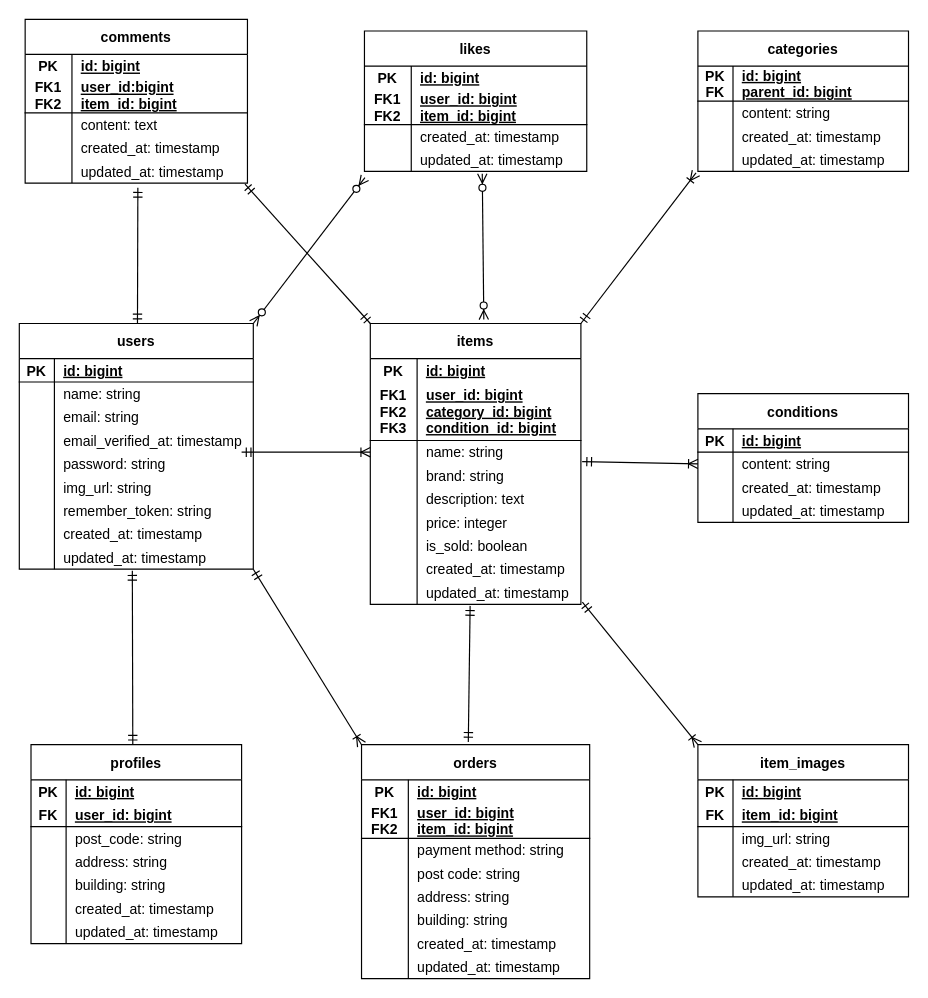
Earlier version of the draw.io diagram docs/er-diagram.drawio (Kazu-Ando220/flea-market). Source tidied: cells renumbered, new cells numbered last; positions are measured from the earlier drawing's top-left corner, leaving out a move shared by most shapes. Both pictures are drawn from the tidied source at 117%, with x=0, y=0 at pixel (19, 19).
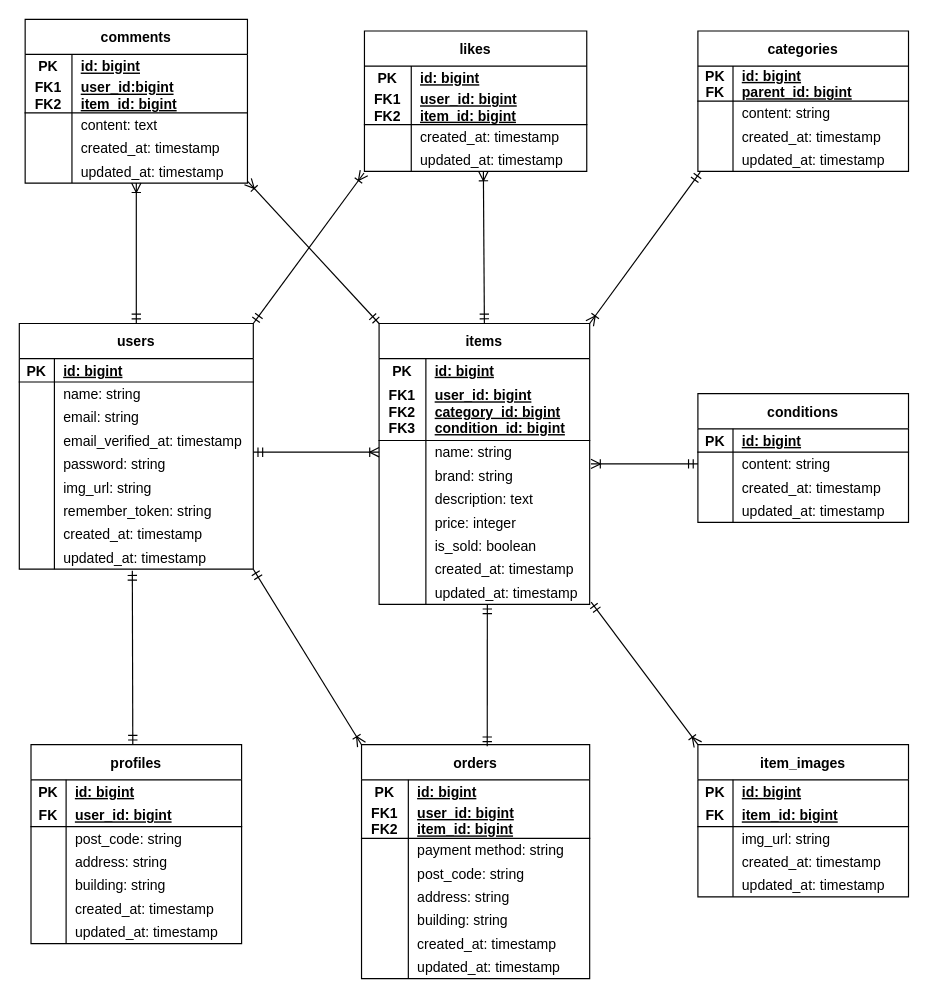
The same page after the edit.

Unchanged cells that the change refers to:
```xml
<mxCell id="2" value="users" style="shape=table;startSize=30;childLayout=tableLayout;rowLines=0;fontStyle=1;align=center;" parent="1" vertex="1">
  <mxGeometry y="260" width="200" height="210" as="geometry" />
</mxCell>
<mxCell id="66" style="shape=tableRow;horizontal=0;startSize=0;swimlaneHead=0;swimlaneBody=0;fillColor=none;points=[[0,0.5],[1,0.5]];portConstraint=eastwest;top=0;left=0;right=0;bottom=0;" parent="53" vertex="1">
  <mxGeometry y="120" width="190" height="20" as="geometry" />
</mxCell>
<mxCell id="79" style="shape=tableRow;horizontal=0;startSize=0;swimlaneHead=0;swimlaneBody=0;fillColor=none;points=[[0,0.5],[1,0.5]];portConstraint=eastwest;top=0;left=0;right=0;bottom=0;" parent="69" vertex="1">
  <mxGeometry y="100" width="190" height="20" as="geometry" />
</mxCell>
<mxCell id="82" value="orders" style="shape=table;startSize=30;childLayout=tableLayout;rowLines=0;fontStyle=1;align=center;" parent="1" vertex="1">
  <mxGeometry x="292.5" y="620" width="195" height="200" as="geometry" />
</mxCell>
<mxCell id="92" style="shape=tableRow;horizontal=0;startSize=0;swimlaneHead=0;swimlaneBody=0;fillColor=none;top=0;left=0;right=0;bottom=0;" parent="82" vertex="1">
  <mxGeometry y="100" width="195" height="20" as="geometry" />
</mxCell>
<mxCell id="114" style="shape=tableRow;horizontal=0;startSize=0;swimlaneHead=0;swimlaneBody=0;fillColor=none;points=[[0,0.5],[1,0.5]];portConstraint=eastwest;top=0;left=0;right=0;bottom=0;" parent="107" vertex="1">
  <mxGeometry y="100" width="180" height="20" as="geometry" />
</mxCell>
<mxCell id="117" style="shape=tableRow;horizontal=0;startSize=0;swimlaneHead=0;swimlaneBody=0;fillColor=none;points=[[0,0.5],[1,0.5]];portConstraint=eastwest;top=0;left=0;right=0;bottom=0;" parent="107" vertex="1">
  <mxGeometry y="120" width="180" height="20" as="geometry" />
</mxCell>
<mxCell id="132" style="shape=tableRow;horizontal=0;startSize=0;swimlaneHead=0;swimlaneBody=0;fillColor=none;points=[[0,0.5],[1,0.5]];portConstraint=eastwest;top=0;left=0;right=0;bottom=0;" parent="107" vertex="1">
  <mxGeometry y="220" width="180" height="20" as="geometry" />
</mxCell>
<mxCell id="139" style="shape=tableRow;horizontal=0;startSize=0;swimlaneHead=0;swimlaneBody=0;fillColor=none;points=[[0,0.5],[1,0.5]];portConstraint=eastwest;top=0;left=0;right=0;bottom=0;" parent="135" vertex="1">
  <mxGeometry y="50" width="180" height="20" as="geometry" />
</mxCell>
<mxCell id="184" style="shape=tableRow;horizontal=0;startSize=0;swimlaneHead=0;swimlaneBody=0;fillColor=none;points=[[0,0.5],[1,0.5]];portConstraint=eastwest;top=0;left=0;right=0;bottom=0;" parent="174" vertex="1">
  <mxGeometry y="100" width="180" height="20" as="geometry" />
</mxCell>
```

The edit, as a diff of the source:
```diff
@@
-    <mxCell id="94" value="post code: string" style="shape=partialRectangle;fillColor=none;top=0;left=0;bottom=0;right=0;align=left;spacingLeft=6;overflow=hidden;" parent="92" vertex="1">
+    <mxCell id="94" value="post_code: string" style="shape=partialRectangle;fillColor=none;top=0;left=0;bottom=0;right=0;align=left;spacingLeft=6;overflow=hidden;" parent="92" vertex="1">
       <mxGeometry x="40" width="155" height="20" as="geometry" />
     </mxCell>
@@
     <mxCell id="107" value="items" style="shape=table;startSize=30;childLayout=tableLayout;rowLines=0;fontStyle=1;align=center;" parent="1" vertex="1">
-      <mxGeometry x="300" y="260" width="180" height="240" as="geometry" />
+      <mxGeometry x="307.5" y="260" width="180" height="240" as="geometry" />
     </mxCell>
@@
-    <mxCell id="164" style="fontSize=12;html=1;endArrow=ERmandOne;startArrow=ERmandOne;rounded=0;entryX=0.507;entryY=1.2;entryDx=0;entryDy=0;entryPerimeter=0;" parent="1" edge="1" target="66">
-      <mxGeometry relative="1" as="geometry">
-        <mxPoint x="101" y="260" as="sourcePoint" />
-      </mxGeometry>
-    </mxCell>
-    <mxCell id="165" style="fontSize=12;html=1;endArrow=ERmandOne;startArrow=ERmandOne;rounded=0;entryX=0;entryY=0;entryDx=0;entryDy=0;exitX=0.989;exitY=1.044;exitDx=0;exitDy=0;exitPerimeter=0;" parent="1" edge="1" source="66" target="107">
-      <mxGeometry relative="1" as="geometry" />
-    </mxCell>
-    <mxCell id="166" style="fontSize=12;html=1;endArrow=ERzeroToMany;endFill=1;startArrow=ERzeroToMany;rounded=0;exitX=1;exitY=0;exitDx=0;exitDy=0;entryX=0.002;entryY=1.267;entryDx=0;entryDy=0;entryPerimeter=0;" parent="1" edge="1" source="2" target="79">
-      <mxGeometry relative="1" as="geometry" />
-    </mxCell>
-    <mxCell id="167" style="fontSize=12;html=1;endArrow=ERzeroToMany;endFill=1;startArrow=ERzeroToMany;rounded=0;entryX=0.53;entryY=1.1;entryDx=0;entryDy=0;entryPerimeter=0;exitX=0.539;exitY=-0.014;exitDx=0;exitDy=0;exitPerimeter=0;" parent="1" edge="1" source="107" target="79">
-      <mxGeometry relative="1" as="geometry" />
-    </mxCell>
     <mxCell id="168" style="fontSize=12;html=1;endArrow=ERoneToMany;startArrow=ERmandOne;rounded=0;entryX=0;entryY=0.5;entryDx=0;entryDy=0;" parent="1" edge="1" target="114">
       <mxGeometry relative="1" as="geometry">
-        <mxPoint x="190" y="370" as="sourcePoint" />
+        <mxPoint x="200" y="370" as="sourcePoint" />
       </mxGeometry>
     </mxCell>
@@
-    <mxCell id="170" style="fontSize=12;html=1;endArrow=ERmandOne;startArrow=ERmandOne;rounded=0;exitX=0.468;exitY=-0.012;exitDx=0;exitDy=0;entryX=0.474;entryY=1.067;entryDx=0;entryDy=0;entryPerimeter=0;exitPerimeter=0;" parent="1" edge="1" source="82" target="132">
-      <mxGeometry relative="1" as="geometry" />
-    </mxCell>
@@
-    <mxCell id="172" style="fontSize=12;html=1;endArrow=ERoneToMany;startArrow=ERmandOne;rounded=0;exitX=1;exitY=0;exitDx=0;exitDy=0;entryX=-0.009;entryY=1.067;entryDx=0;entryDy=0;entryPerimeter=0;" parent="1" edge="1" source="107" target="184">
+    <mxCell id="172" style="fontSize=12;html=1;endArrow=ERoneToMany;startArrow=ERmandOne;rounded=0;entryX=1;entryY=0;entryDx=0;entryDy=0;exitX=0.011;exitY=1.033;exitDx=0;exitDy=0;exitPerimeter=0;" parent="1" edge="1" source="184" target="107">
       <mxGeometry relative="1" as="geometry" />
     </mxCell>
-    <mxCell id="173" style="fontSize=12;html=1;endArrow=ERoneToMany;startArrow=ERmandOne;rounded=0;exitX=1.006;exitY=-0.1;exitDx=0;exitDy=0;exitPerimeter=0;entryX=0;entryY=0.5;entryDx=0;entryDy=0;" parent="1" edge="1" source="117" target="139">
+    <mxCell id="173" style="fontSize=12;html=1;endArrow=ERoneToMany;startArrow=ERmandOne;rounded=0;exitX=0;exitY=0.5;exitDx=0;exitDy=0;entryX=1.006;entryY=0;entryDx=0;entryDy=0;entryPerimeter=0;" parent="1" edge="1" source="139" target="117">
       <mxGeometry relative="1" as="geometry" />
     </mxCell>
@@
+    <mxCell id="167" style="fontSize=12;html=1;endArrow=ERoneToMany;startArrow=ERmandOne;exitX=0.5;exitY=0;exitDx=0;exitDy=0;entryX=0.535;entryY=1;entryDx=0;entryDy=0;entryPerimeter=0;" parent="1" edge="1" source="107" target="79">
+      <mxGeometry relative="1" as="geometry" />
+    </mxCell>
+    <mxCell id="187" style="fontSize=12;html=1;endArrow=ERoneToMany;startArrow=ERmandOne;exitX=0.5;exitY=0;exitDx=0;exitDy=0;" parent="1" edge="1" source="2">
+      <mxGeometry relative="1" as="geometry">
+        <mxPoint x="100" y="140" as="targetPoint" />
+      </mxGeometry>
+    </mxCell>
+    <mxCell id="188" style="fontSize=12;html=1;endArrow=ERoneToMany;startArrow=ERmandOne;exitX=0;exitY=0;exitDx=0;exitDy=0;entryX=1.002;entryY=0.933;entryDx=0;entryDy=0;entryPerimeter=0;" parent="1" edge="1" source="107" target="66">
+      <mxGeometry relative="1" as="geometry" />
+    </mxCell>
+    <mxCell id="170" style="fontSize=12;html=1;endArrow=ERmandOne;startArrow=ERmandOne;exitX=0.551;exitY=0.007;exitDx=0;exitDy=0;exitPerimeter=0;entryX=0.514;entryY=1;entryDx=0;entryDy=0;entryPerimeter=0;" parent="1" edge="1" source="82" target="132">
+      <mxGeometry relative="1" as="geometry" />
+    </mxCell>
+    <mxCell id="166" style="fontSize=12;html=1;endArrow=ERoneToMany;startArrow=ERmandOne;entryX=-0.002;entryY=1.067;entryDx=0;entryDy=0;entryPerimeter=0;exitX=1;exitY=0;exitDx=0;exitDy=0;" parent="1" edge="1" source="2" target="79">
+      <mxGeometry relative="1" as="geometry" />
+    </mxCell>
```
